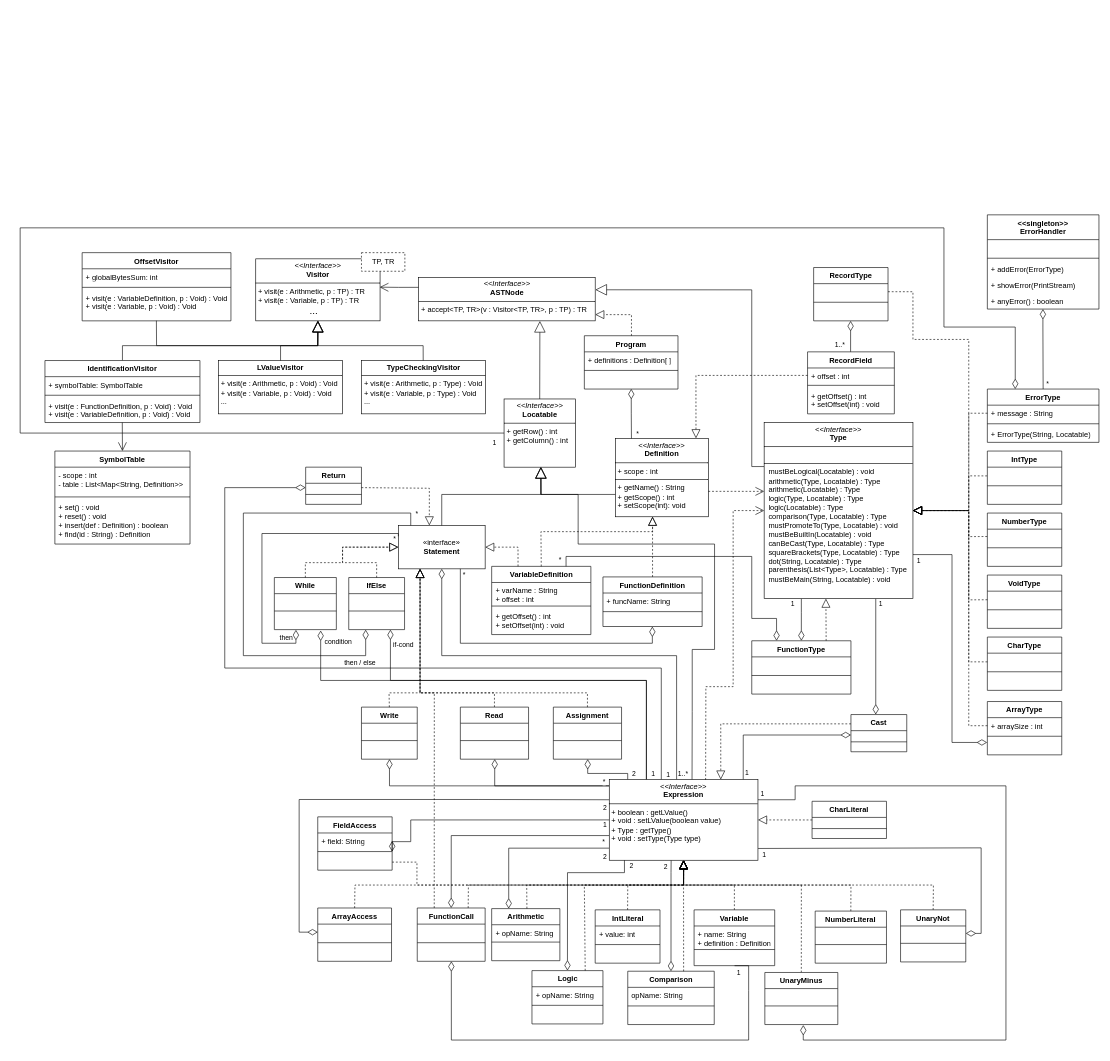
The draw.io diagram uml.drawio in UO294013/DLP, before the edit. Source tidied: cells renumbered, new cells numbered last; positions are measured from the earlier drawing's top-left corner, leaving out a move shared by most shapes. Both pictures are drawn from the tidied source at 62%, with x=0, y=0 at pixel (20, 215).
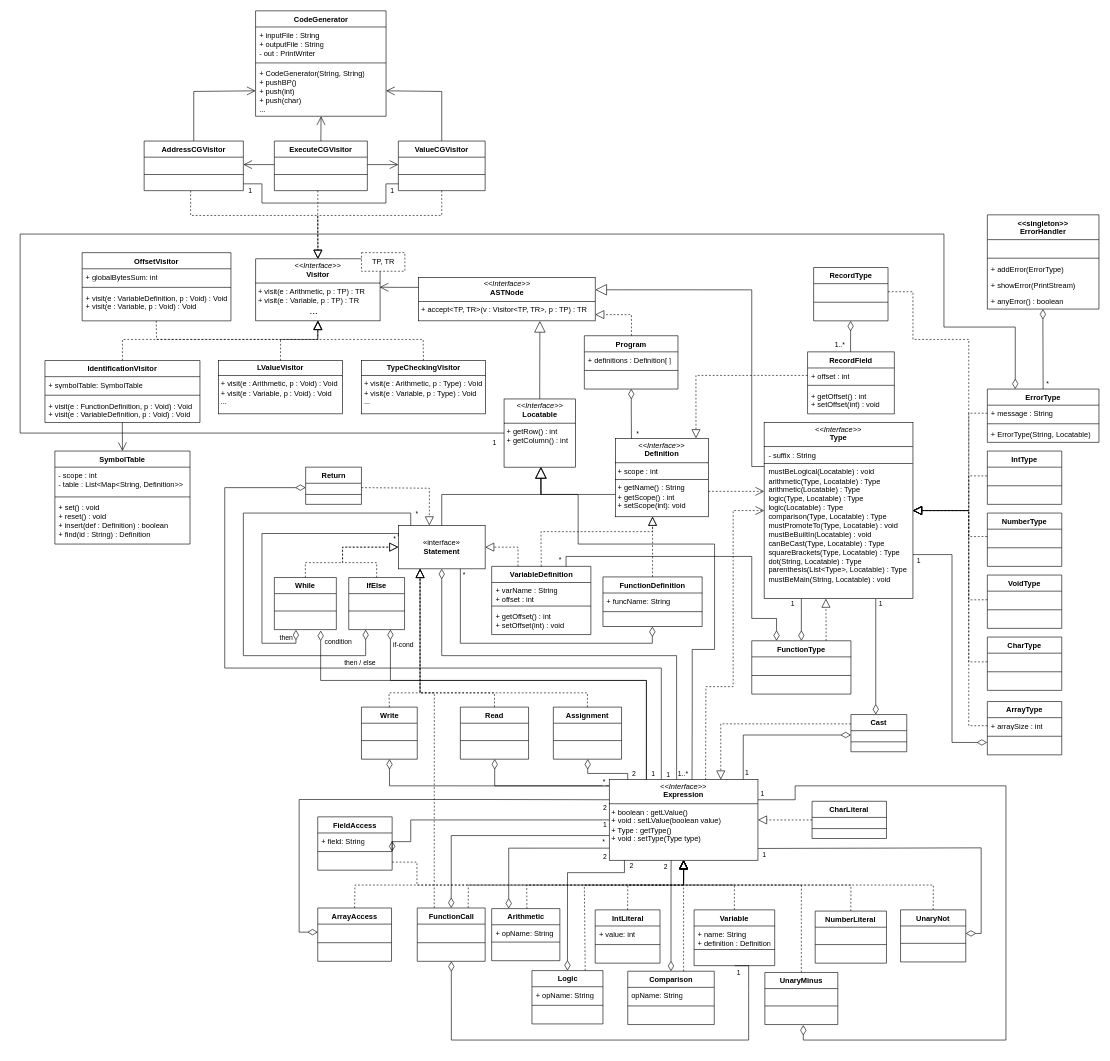
Above is the later version.

The change refers to these unchanged cells:
```xml
<mxCell id="39" value="&lt;p style=&quot;margin:0px;margin-top:4px;text-align:center;&quot;&gt;&lt;i&gt;&amp;lt;&amp;lt;Interface&amp;gt;&amp;gt;&lt;/i&gt;&lt;br&gt;&lt;b&gt;Locatable&lt;/b&gt;&lt;/p&gt;&lt;hr size=&quot;1&quot; style=&quot;border-style:solid;&quot;&gt;&lt;p style=&quot;margin:0px;margin-left:4px;&quot;&gt;+ getRow() : int&lt;br&gt;+ getColumn() : int&lt;/p&gt;" style="verticalAlign=top;align=left;overflow=fill;html=1;whiteSpace=wrap;" parent="1" vertex="1">
  <mxGeometry x="780.5" y="297" width="115" height="110" as="geometry" />
</mxCell>
<mxCell id="218" value="ErrorType" style="swimlane;fontStyle=1;align=center;verticalAlign=top;horizontal=1;startSize=26;whiteSpace=wrap;html=1;" parent="1" vertex="1">
  <mxGeometry x="1560" y="281" width="180" height="86" as="geometry" />
</mxCell>
<mxCell id="234" value="&lt;p style=&quot;margin:0px;margin-top:4px;text-align:center;&quot;&gt;&lt;i&gt;&amp;lt;&amp;lt;Interface&amp;gt;&amp;gt;&lt;/i&gt;&lt;br&gt;&lt;b&gt;Visitor&lt;/b&gt;&lt;/p&gt;&lt;hr size=&quot;1&quot; style=&quot;border-style:solid;&quot;&gt;&lt;p style=&quot;margin:0px;margin-left:4px;&quot;&gt;&lt;/p&gt;&lt;p style=&quot;margin:0px;margin-left:4px;&quot;&gt;+ visit(e : Arithmetic, p : TP) : TR&lt;br&gt;+ visit(e : Variable, p : TP) : TR&lt;/p&gt;&lt;p style=&quot;margin:0px;margin-left:4px;&quot;&gt;&lt;span style=&quot;white-space: pre;&quot;&gt;&#9;&lt;/span&gt;&lt;span style=&quot;white-space: pre;&quot;&gt;&#9;&lt;/span&gt;&lt;span style=&quot;white-space: pre;&quot;&gt;&#9;&lt;/span&gt;&amp;nbsp;&lt;font style=&quot;font-size: 16px;&quot;&gt;...&lt;/font&gt;&lt;br&gt;&lt;/p&gt;" style="verticalAlign=top;align=left;overflow=fill;html=1;whiteSpace=wrap;" parent="1" vertex="1">
  <mxGeometry x="380" y="71" width="200.5" height="100" as="geometry" />
</mxCell>
<mxCell id="237" value="&lt;p style=&quot;margin:0px;margin-top:4px;text-align:center;&quot;&gt;&lt;b&gt;TypeCheckingVisitor&lt;/b&gt;&lt;/p&gt;&lt;hr size=&quot;1&quot; style=&quot;border-style:solid;&quot;&gt;&lt;p style=&quot;margin:0px;margin-left:4px;&quot;&gt;&lt;/p&gt;&lt;p style=&quot;margin:0px;margin-left:4px;&quot;&gt;+ visit(e : Arithmetic, p : Type) : Void&lt;br&gt;+ visit(e : Variable, p : Type) :&amp;nbsp;&lt;span style=&quot;background-color: transparent; color: light-dark(rgb(0, 0, 0), rgb(255, 255, 255));&quot;&gt;Void&lt;/span&gt;&lt;/p&gt;&lt;p style=&quot;margin:0px;margin-left:4px;&quot;&gt;...&lt;/p&gt;" style="verticalAlign=top;align=left;overflow=fill;html=1;whiteSpace=wrap;" parent="1" vertex="1">
  <mxGeometry x="550.5" y="235" width="200" height="86" as="geometry" />
</mxCell>
<mxCell id="238" value="&lt;p style=&quot;margin:0px;margin-top:4px;text-align:center;&quot;&gt;&lt;b&gt;LValueVisitor&lt;/b&gt;&lt;/p&gt;&lt;hr size=&quot;1&quot; style=&quot;border-style:solid;&quot;&gt;&lt;p style=&quot;margin:0px;margin-left:4px;&quot;&gt;&lt;/p&gt;&lt;p style=&quot;margin:0px;margin-left:4px;&quot;&gt;+ visit(e : Arithmetic, p : Void) : Void&lt;br&gt;+ visit(e : Variable, p : Void) :&amp;nbsp;&lt;span style=&quot;background-color: transparent; color: light-dark(rgb(0, 0, 0), rgb(255, 255, 255));&quot;&gt;Void&lt;/span&gt;&lt;/p&gt;&lt;p style=&quot;margin:0px;margin-left:4px;&quot;&gt;&lt;span style=&quot;background-color: transparent; color: light-dark(rgb(0, 0, 0), rgb(255, 255, 255));&quot;&gt;...&lt;/span&gt;&lt;/p&gt;" style="verticalAlign=top;align=left;overflow=fill;html=1;whiteSpace=wrap;" parent="1" vertex="1">
  <mxGeometry x="320" y="235" width="200" height="86" as="geometry" />
</mxCell>
<mxCell id="247" value="IdentificationVisitor" style="swimlane;fontStyle=1;align=center;verticalAlign=top;horizontal=1;startSize=26;whiteSpace=wrap;html=1;" parent="1" vertex="1">
  <mxGeometry x="40" y="235" width="250" height="100" as="geometry" />
</mxCell>
<mxCell id="258" value="+ visit(e : VariableDefinition, p : Void) : Void&lt;br&gt;+ visit(e : Variable, p : Void) :&amp;nbsp;&lt;span style=&quot;color: light-dark(rgb(0, 0, 0), rgb(255, 255, 255)); background-color: transparent;&quot;&gt;Void&lt;/span&gt;" style="text;strokeColor=none;fillColor=none;align=left;verticalAlign=top;spacingLeft=4;spacingRight=4;overflow=hidden;points=[[0,0.5],[1,0.5]];portConstraint=eastwest;whiteSpace=wrap;html=1;" parent="255" vertex="1">
  <mxGeometry y="60" width="240" height="50" as="geometry" />
</mxCell>
```

Diff of the diagram source:
```diff
@@
     <mxCell id="229" style="endArrow=none;html=1;endSize=12;startArrow=diamondThin;startSize=14;startFill=0;edgeStyle=orthogonalEdgeStyle;align=left;verticalAlign=bottom;rounded=0;exitX=0.25;exitY=0;exitDx=0;exitDy=0;entryX=0;entryY=0.5;entryDx=0;entryDy=0;" parent="1" edge="1" source="218" target="39">
       <mxGeometry x="-1" y="3" relative="1" as="geometry">
         <Array as="points">
           <mxPoint x="1605" y="181" />
           <mxPoint x="1490" y="181" />
-          <mxPoint x="1490" y="21" />
-          <mxPoint y="21" />
+          <mxPoint x="1490" y="31" />
+          <mxPoint y="31" />
           <mxPoint y="352" />
         </Array>
       </mxGeometry>
     </mxCell>
@@
-    <mxCell id="239" value="&lt;div&gt;&lt;br&gt;&lt;/div&gt;&lt;div&gt;&lt;br&gt;&lt;/div&gt;" style="endArrow=block;endSize=16;endFill=0;html=1;rounded=0;entryX=0.5;entryY=1;entryDx=0;entryDy=0;exitX=0.498;exitY=0;exitDx=0;exitDy=0;exitPerimeter=0;" parent="1" edge="1" source="237" target="234">
-      <mxGeometry x="-0.13" y="-1" relative="1" as="geometry">
-        <Array as="points">
-          <mxPoint x="650" y="211" />
-          <mxPoint x="480" y="211" />
-        </Array>
-      </mxGeometry>
-    </mxCell>
-    <mxCell id="240" value="&lt;div&gt;&lt;br&gt;&lt;/div&gt;&lt;div&gt;&lt;br&gt;&lt;/div&gt;" style="endArrow=block;endSize=16;endFill=0;html=1;rounded=0;exitX=0.5;exitY=0;exitDx=0;exitDy=0;entryX=0.5;entryY=1;entryDx=0;entryDy=0;" parent="1" edge="1" source="238" target="234">
-      <mxGeometry x="-0.13" y="-1" relative="1" as="geometry">
-        <Array as="points">
-          <mxPoint x="420" y="211" />
-          <mxPoint x="480" y="211" />
-        </Array>
-      </mxGeometry>
-    </mxCell>
@@
-    <mxCell id="246" value="&lt;div&gt;&lt;br&gt;&lt;/div&gt;&lt;div&gt;&lt;br&gt;&lt;/div&gt;" style="endArrow=block;endSize=16;endFill=0;html=1;rounded=0;exitX=0.5;exitY=0;exitDx=0;exitDy=0;entryX=0.5;entryY=1;entryDx=0;entryDy=0;" parent="1" edge="1" source="247" target="234">
-      <mxGeometry x="-0.13" y="-1" relative="1" as="geometry">
-        <Array as="points">
-          <mxPoint x="165" y="211" />
-          <mxPoint x="480" y="211" />
-        </Array>
-      </mxGeometry>
-    </mxCell>
@@
-    <mxCell id="253" value="&lt;p style=&quot;margin:0px;margin-top:4px;text-align:center;&quot;&gt;&lt;i&gt;&amp;lt;&amp;lt;Interface&amp;gt;&amp;gt;&lt;/i&gt;&lt;br&gt;&lt;b&gt;Type&lt;/b&gt;&lt;/p&gt;&lt;hr size=&quot;1&quot; style=&quot;border-style:solid;&quot;&gt;&lt;p style=&quot;margin:0px;margin-left:4px;&quot;&gt;&amp;nbsp;&lt;/p&gt;&lt;hr size=&quot;1&quot; style=&quot;border-style:solid;&quot;&gt;&lt;p style=&quot;margin:0px;margin-left:4px;&quot;&gt;&amp;nbsp;mustBeLogical(Locatable) : void&lt;br&gt;&amp;nbsp;arithmetic(Type, Locatable) : Type&lt;/p&gt;&lt;p style=&quot;margin:0px;margin-left:4px;&quot;&gt;&amp;nbsp;arithmetic(Locatable) : Type&lt;/p&gt;&lt;p style=&quot;margin:0px;margin-left:4px;&quot;&gt;&amp;nbsp;logic(Type, Locatable) : Type&lt;/p&gt;&lt;p style=&quot;margin:0px;margin-left:4px;&quot;&gt;&amp;nbsp;logic(Locatable) : Type&lt;/p&gt;&lt;p style=&quot;margin:0px;margin-left:4px;&quot;&gt;&amp;nbsp;comparison(Type, Locatable) : Type&lt;/p&gt;&lt;p style=&quot;margin:0px;margin-left:4px;&quot;&gt;&amp;nbsp;mustPromoteTo(Type, Locatable) : void&lt;/p&gt;&lt;p style=&quot;margin:0px;margin-left:4px;&quot;&gt;&amp;nbsp;mustBeBuiltIn(Locatable) : void&lt;/p&gt;&lt;p style=&quot;margin:0px;margin-left:4px;&quot;&gt;&amp;nbsp;canBeCast(Type, Locatable) : Type&lt;/p&gt;&lt;p style=&quot;margin:0px;margin-left:4px;&quot;&gt;&amp;nbsp;squareBrackets(Type, Locatable) : Type&lt;/p&gt;&lt;p style=&quot;margin:0px;margin-left:4px;&quot;&gt;&amp;nbsp;dot(String, Locatable) : Type&lt;/p&gt;&lt;p style=&quot;margin:0px;margin-left:4px;&quot;&gt;&amp;nbsp;parenthesis(List&amp;lt;Type&amp;gt;, Locatable) : Type&lt;/p&gt;&lt;p style=&quot;margin:0px;margin-left:4px;&quot;&gt;&amp;nbsp;mustBeMain(String, Locatable) : void&lt;/p&gt;" style="verticalAlign=top;align=left;overflow=fill;html=1;whiteSpace=wrap;" parent="1" vertex="1">
+    <mxCell id="253" value="&lt;p style=&quot;margin:0px;margin-top:4px;text-align:center;&quot;&gt;&lt;i&gt;&amp;lt;&amp;lt;Interface&amp;gt;&amp;gt;&lt;/i&gt;&lt;br&gt;&lt;b&gt;Type&lt;/b&gt;&lt;/p&gt;&lt;hr size=&quot;1&quot; style=&quot;border-style:solid;&quot;&gt;&lt;p style=&quot;margin:0px;margin-left:4px;&quot;&gt;&amp;nbsp;- suffix : String&lt;/p&gt;&lt;hr size=&quot;1&quot; style=&quot;border-style:solid;&quot;&gt;&lt;p style=&quot;margin:0px;margin-left:4px;&quot;&gt;&amp;nbsp;mustBeLogical(Locatable) : void&lt;br&gt;&amp;nbsp;arithmetic(Type, Locatable) : Type&lt;/p&gt;&lt;p style=&quot;margin:0px;margin-left:4px;&quot;&gt;&amp;nbsp;arithmetic(Locatable) : Type&lt;/p&gt;&lt;p style=&quot;margin:0px;margin-left:4px;&quot;&gt;&amp;nbsp;logic(Type, Locatable) : Type&lt;/p&gt;&lt;p style=&quot;margin:0px;margin-left:4px;&quot;&gt;&amp;nbsp;logic(Locatable) : Type&lt;/p&gt;&lt;p style=&quot;margin:0px;margin-left:4px;&quot;&gt;&amp;nbsp;comparison(Type, Locatable) : Type&lt;/p&gt;&lt;p style=&quot;margin:0px;margin-left:4px;&quot;&gt;&amp;nbsp;mustPromoteTo(Type, Locatable) : void&lt;/p&gt;&lt;p style=&quot;margin:0px;margin-left:4px;&quot;&gt;&amp;nbsp;mustBeBuiltIn(Locatable) : void&lt;/p&gt;&lt;p style=&quot;margin:0px;margin-left:4px;&quot;&gt;&amp;nbsp;canBeCast(Type, Locatable) : Type&lt;/p&gt;&lt;p style=&quot;margin:0px;margin-left:4px;&quot;&gt;&amp;nbsp;squareBrackets(Type, Locatable) : Type&lt;/p&gt;&lt;p style=&quot;margin:0px;margin-left:4px;&quot;&gt;&amp;nbsp;dot(String, Locatable) : Type&lt;/p&gt;&lt;p style=&quot;margin:0px;margin-left:4px;&quot;&gt;&amp;nbsp;parenthesis(List&amp;lt;Type&amp;gt;, Locatable) : Type&lt;/p&gt;&lt;p style=&quot;margin:0px;margin-left:4px;&quot;&gt;&amp;nbsp;mustBeMain(String, Locatable) : void&lt;/p&gt;" style="verticalAlign=top;align=left;overflow=fill;html=1;whiteSpace=wrap;" parent="1" vertex="1">
       <mxGeometry x="1200" y="335" width="240" height="284" as="geometry" />
     </mxCell>
-    <mxCell id="254" value="&lt;div&gt;&lt;br&gt;&lt;/div&gt;&lt;div&gt;&lt;br&gt;&lt;/div&gt;" style="endArrow=block;endSize=16;endFill=0;html=1;rounded=0;exitX=0.499;exitY=0.995;exitDx=0;exitDy=0;entryX=0.5;entryY=1;entryDx=0;entryDy=0;exitPerimeter=0;" parent="1" edge="1" source="258" target="234">
-      <mxGeometry x="-0.13" y="-1" relative="1" as="geometry">
-        <Array as="points">
-          <mxPoint x="220" y="211" />
-          <mxPoint x="480" y="211" />
-        </Array>
-      </mxGeometry>
-    </mxCell>
-    <mxCell id="255" value="&lt;b&gt;OffsetVisitor&lt;/b&gt;&lt;div&gt;&lt;b&gt;&lt;br&gt;&lt;/b&gt;&lt;/div&gt;" style="swimlane;fontStyle=1;align=center;verticalAlign=top;horizontal=1;startSize=26;whiteSpace=wrap;html=1;" parent="1" vertex="1">
+    <mxCell id="255" value="&lt;div&gt;OffsetVisitor&lt;b&gt;&lt;/b&gt;&lt;/div&gt;" style="swimlane;fontStyle=1;align=center;verticalAlign=top;horizontal=1;startSize=26;whiteSpace=wrap;html=1;" parent="1" vertex="1">
       <mxGeometry x="100" y="61" width="240" height="110" as="geometry" />
     </mxCell>
@@
+    <mxCell id="239" style="endArrow=block;dashed=1;endFill=0;endSize=12;html=1;rounded=0;exitX=0.5;exitY=0;exitDx=0;exitDy=0;entryX=0.5;entryY=1;entryDx=0;entryDy=0;" parent="1" edge="1" source="237" target="234">
+      <mxGeometry relative="1" as="geometry">
+        <Array as="points">
+          <mxPoint x="650" y="201" />
+          <mxPoint x="480" y="201" />
+        </Array>
+      </mxGeometry>
+    </mxCell>
+    <mxCell id="240" style="endArrow=block;dashed=1;endFill=0;endSize=12;html=1;rounded=0;exitX=0.5;exitY=0;exitDx=0;exitDy=0;entryX=0.5;entryY=1;entryDx=0;entryDy=0;" parent="1" edge="1" source="238" target="234">
+      <mxGeometry relative="1" as="geometry">
+        <Array as="points">
+          <mxPoint x="420" y="201" />
+          <mxPoint x="480" y="201" />
+        </Array>
+      </mxGeometry>
+    </mxCell>
+    <mxCell id="246" style="endArrow=block;dashed=1;endFill=0;endSize=12;html=1;rounded=0;exitX=0.5;exitY=0;exitDx=0;exitDy=0;entryX=0.5;entryY=1;entryDx=0;entryDy=0;" parent="1" edge="1" source="247" target="234">
+      <mxGeometry relative="1" as="geometry">
+        <Array as="points">
+          <mxPoint x="165" y="201" />
+          <mxPoint x="480" y="201" />
+        </Array>
+      </mxGeometry>
+    </mxCell>
+    <mxCell id="254" style="endArrow=block;dashed=1;endFill=0;endSize=12;html=1;rounded=0;exitX=0.498;exitY=1;exitDx=0;exitDy=0;entryX=0.5;entryY=1;entryDx=0;entryDy=0;exitPerimeter=0;" parent="1" edge="1" source="258" target="234">
+      <mxGeometry relative="1" as="geometry">
+        <Array as="points">
+          <mxPoint x="220" y="201" />
+          <mxPoint x="480" y="201" />
+        </Array>
+      </mxGeometry>
+    </mxCell>
+    <mxCell id="259" value="&lt;div&gt;ExecuteCGVisitor&lt;b&gt;&lt;/b&gt;&lt;/div&gt;" style="swimlane;fontStyle=1;align=center;verticalAlign=top;horizontal=1;startSize=26;whiteSpace=wrap;html=1;" parent="1" vertex="1">
+      <mxGeometry x="410" y="-119" width="150" height="80" as="geometry" />
+    </mxCell>
+    <mxCell id="260" value="&amp;nbsp;" style="text;strokeColor=none;fillColor=none;align=left;verticalAlign=top;spacingLeft=4;spacingRight=4;overflow=hidden;points=[[0,0.5],[1,0.5]];portConstraint=eastwest;whiteSpace=wrap;html=1;" parent="259" vertex="1">
+      <mxGeometry y="26" width="150" height="24" as="geometry" />
+    </mxCell>
+    <mxCell id="261" style="line;strokeWidth=1;fillColor=none;align=left;verticalAlign=middle;spacingTop=-1;spacingLeft=3;spacingRight=3;labelPosition=right;strokeColor=inherit;" parent="259" vertex="1">
+      <mxGeometry y="50" width="150" height="8" as="geometry" />
+    </mxCell>
+    <mxCell id="262" value="&amp;nbsp;" style="text;strokeColor=none;fillColor=none;align=left;verticalAlign=top;spacingLeft=4;spacingRight=4;overflow=hidden;points=[[0,0.5],[1,0.5]];portConstraint=eastwest;whiteSpace=wrap;html=1;" parent="259" vertex="1">
+      <mxGeometry y="58" width="150" height="22" as="geometry" />
+    </mxCell>
+    <mxCell id="263" value="&lt;div&gt;ValueCGVisitor&lt;b&gt;&lt;/b&gt;&lt;/div&gt;" style="swimlane;fontStyle=1;align=center;verticalAlign=top;horizontal=1;startSize=26;whiteSpace=wrap;html=1;" parent="1" vertex="1">
+      <mxGeometry x="610" y="-119" width="140" height="80" as="geometry" />
+    </mxCell>
+    <mxCell id="264" value="&amp;nbsp;" style="text;strokeColor=none;fillColor=none;align=left;verticalAlign=top;spacingLeft=4;spacingRight=4;overflow=hidden;points=[[0,0.5],[1,0.5]];portConstraint=eastwest;whiteSpace=wrap;html=1;" parent="263" vertex="1">
+      <mxGeometry y="26" width="140" height="24" as="geometry" />
+    </mxCell>
+    <mxCell id="265" style="line;strokeWidth=1;fillColor=none;align=left;verticalAlign=middle;spacingTop=-1;spacingLeft=3;spacingRight=3;labelPosition=right;strokeColor=inherit;" parent="263" vertex="1">
+      <mxGeometry y="50" width="140" height="8" as="geometry" />
+    </mxCell>
+    <mxCell id="266" value="&amp;nbsp;" style="text;strokeColor=none;fillColor=none;align=left;verticalAlign=top;spacingLeft=4;spacingRight=4;overflow=hidden;points=[[0,0.5],[1,0.5]];portConstraint=eastwest;whiteSpace=wrap;html=1;" parent="263" vertex="1">
+      <mxGeometry y="58" width="140" height="22" as="geometry" />
+    </mxCell>
+    <mxCell id="267" value="&lt;div&gt;AddressCGVisitor&lt;b&gt;&lt;/b&gt;&lt;/div&gt;" style="swimlane;fontStyle=1;align=center;verticalAlign=top;horizontal=1;startSize=26;whiteSpace=wrap;html=1;" parent="1" vertex="1">
+      <mxGeometry x="200" y="-119" width="160" height="80" as="geometry" />
+    </mxCell>
+    <mxCell id="268" value="&amp;nbsp;" style="text;strokeColor=none;fillColor=none;align=left;verticalAlign=top;spacingLeft=4;spacingRight=4;overflow=hidden;points=[[0,0.5],[1,0.5]];portConstraint=eastwest;whiteSpace=wrap;html=1;" parent="267" vertex="1">
+      <mxGeometry y="26" width="160" height="24" as="geometry" />
+    </mxCell>
+    <mxCell id="269" style="line;strokeWidth=1;fillColor=none;align=left;verticalAlign=middle;spacingTop=-1;spacingLeft=3;spacingRight=3;labelPosition=right;strokeColor=inherit;" parent="267" vertex="1">
+      <mxGeometry y="50" width="160" height="8" as="geometry" />
+    </mxCell>
+    <mxCell id="270" value="&amp;nbsp;" style="text;strokeColor=none;fillColor=none;align=left;verticalAlign=top;spacingLeft=4;spacingRight=4;overflow=hidden;points=[[0,0.5],[1,0.5]];portConstraint=eastwest;whiteSpace=wrap;html=1;" parent="267" vertex="1">
+      <mxGeometry y="58" width="160" height="22" as="geometry" />
+    </mxCell>
+    <mxCell id="271" style="endArrow=block;dashed=1;endFill=0;endSize=12;html=1;rounded=0;exitX=0.5;exitY=0.998;exitDx=0;exitDy=0;entryX=0.5;entryY=0;entryDx=0;entryDy=0;exitPerimeter=0;" parent="1" edge="1" source="266" target="234">
+      <mxGeometry relative="1" as="geometry">
+        <Array as="points">
+          <mxPoint x="680" y="1" />
+          <mxPoint x="480" y="1" />
+        </Array>
+      </mxGeometry>
+    </mxCell>
+    <mxCell id="272" style="endArrow=block;dashed=1;endFill=0;endSize=12;html=1;rounded=0;exitX=0.468;exitY=0.998;exitDx=0;exitDy=0;entryX=0.5;entryY=0;entryDx=0;entryDy=0;exitPerimeter=0;" parent="1" edge="1" source="262" target="234">
+      <mxGeometry relative="1" as="geometry">
+        <Array as="points">
+          <mxPoint x="480" y="1" />
+        </Array>
+      </mxGeometry>
+    </mxCell>
+    <mxCell id="273" style="endArrow=block;dashed=1;endFill=0;endSize=12;html=1;rounded=0;exitX=0.469;exitY=1.003;exitDx=0;exitDy=0;entryX=0.5;entryY=0;entryDx=0;entryDy=0;exitPerimeter=0;" parent="1" edge="1" source="270" target="234">
+      <mxGeometry relative="1" as="geometry">
+        <Array as="points">
+          <mxPoint x="275" y="1" />
+          <mxPoint x="480" y="1" />
+        </Array>
+      </mxGeometry>
+    </mxCell>
+    <mxCell id="274" style="endArrow=open;endSize=12;html=1;rounded=0;entryX=0;entryY=0.5;entryDx=0;entryDy=0;exitX=1;exitY=0.5;exitDx=0;exitDy=0;" parent="1" edge="1" source="260" target="264">
+      <mxGeometry x="0.54" y="15" relative="1" as="geometry" />
+    </mxCell>
+    <mxCell id="275" style="endArrow=open;endSize=12;html=1;rounded=0;entryX=1;entryY=0.5;entryDx=0;entryDy=0;exitX=0;exitY=0.5;exitDx=0;exitDy=0;" parent="1" edge="1" source="260" target="268">
+      <mxGeometry x="0.54" y="15" relative="1" as="geometry" />
+    </mxCell>
+    <mxCell id="276" value="CodeGenerator" style="swimlane;fontStyle=1;align=center;verticalAlign=top;horizontal=1;startSize=26;whiteSpace=wrap;html=1;" parent="1" vertex="1">
+      <mxGeometry x="379.7" y="-329" width="210.5" height="170" as="geometry" />
+    </mxCell>
+    <mxCell id="277" value="+ inputFile : String&lt;div&gt;+ outputFile : String&lt;/div&gt;&lt;div&gt;- out : PrintWriter&lt;/div&gt;" style="text;strokeColor=none;fillColor=none;align=left;verticalAlign=top;spacingLeft=4;spacingRight=4;overflow=hidden;whiteSpace=wrap;html=1;" parent="276" vertex="1">
+      <mxGeometry y="26" width="210.5" height="54" as="geometry" />
+    </mxCell>
+    <mxCell id="278" style="line;strokeWidth=1;fillColor=none;align=left;verticalAlign=middle;spacingTop=-1;spacingLeft=3;spacingRight=3;labelPosition=right;strokeColor=inherit;" parent="276" vertex="1">
+      <mxGeometry y="80" width="210.5" height="8" as="geometry" />
+    </mxCell>
+    <mxCell id="279" value="&lt;div&gt;+ CodeGenerator(String, String)&lt;/div&gt;&lt;div&gt;+ pushBP()&lt;/div&gt;&lt;div&gt;+ push(int)&lt;/div&gt;&lt;div&gt;+ push(char)&lt;/div&gt;&lt;div&gt;...&lt;/div&gt;" style="text;strokeColor=none;fillColor=none;align=left;verticalAlign=top;spacingLeft=4;spacingRight=4;overflow=hidden;points=[[0,0.5],[1,0.5]];portConstraint=eastwest;whiteSpace=wrap;html=1;" parent="276" vertex="1">
+      <mxGeometry y="88" width="210.5" height="82" as="geometry" />
+    </mxCell>
+    <mxCell id="280" style="endArrow=open;endSize=12;html=1;rounded=0;entryX=0.502;entryY=1;entryDx=0;entryDy=0;exitX=0.5;exitY=0;exitDx=0;exitDy=0;entryPerimeter=0;" parent="1" edge="1" source="259" target="279">
+      <mxGeometry x="0.54" y="15" relative="1" as="geometry" />
+    </mxCell>
+    <mxCell id="281" style="endArrow=none;html=1;rounded=0;exitX=0;exitY=0.5;exitDx=0;exitDy=0;entryX=1;entryY=0.5;entryDx=0;entryDy=0;" parent="1" edge="1" source="266" target="270">
+      <mxGeometry relative="1" as="geometry">
+        <Array as="points">
+          <mxPoint x="590" y="-50" />
+          <mxPoint x="590" y="-19" />
+          <mxPoint x="390" y="-19" />
+          <mxPoint x="390" y="-50" />
+        </Array>
+      </mxGeometry>
+    </mxCell>
+    <mxCell id="282" value="1" style="edgeLabel;html=1;align=center;verticalAlign=middle;" parent="281" vertex="1">
+      <mxGeometry x="-0.92" relative="1" as="geometry">
+        <mxPoint x="1" y="11" as="offset" />
+      </mxGeometry>
+    </mxCell>
+    <mxCell id="283" value="1" style="edgeLabel;html=1;align=center;verticalAlign=middle;" parent="281" vertex="1">
+      <mxGeometry x="0.96" relative="1" as="geometry">
+        <mxPoint x="4" y="11" as="offset" />
+      </mxGeometry>
+    </mxCell>
+    <mxCell id="284" style="endArrow=open;endSize=12;html=1;rounded=0;entryX=1;entryY=0.5;entryDx=0;entryDy=0;exitX=0.5;exitY=0;exitDx=0;exitDy=0;" parent="1" edge="1" source="263" target="279">
+      <mxGeometry x="0.54" y="15" relative="1" as="geometry">
+        <Array as="points">
+          <mxPoint x="680" y="-199" />
+        </Array>
+      </mxGeometry>
+    </mxCell>
+    <mxCell id="285" style="endArrow=open;endSize=12;html=1;rounded=0;entryX=0;entryY=0.5;entryDx=0;entryDy=0;exitX=0.5;exitY=0;exitDx=0;exitDy=0;" parent="1" edge="1" source="267" target="279">
+      <mxGeometry x="0.54" y="15" relative="1" as="geometry">
+        <Array as="points">
+          <mxPoint x="280" y="-199" />
+        </Array>
+      </mxGeometry>
+    </mxCell>
```
